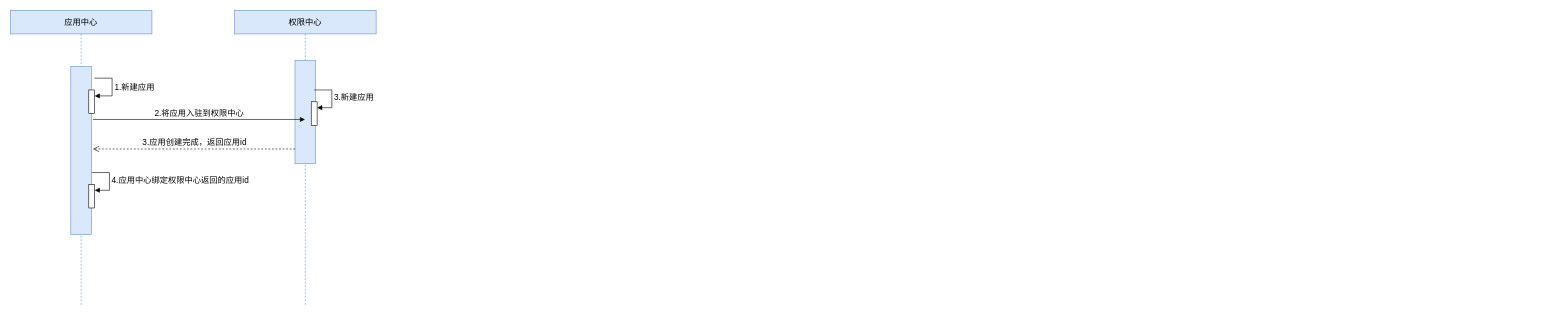
Above: 中台/用户中心/应用中心.drawio in gudujiujian11/diagram (draw.io), before the change. Source tidied: cells renumbered, new cells numbered last; positions are measured from the earlier drawing's top-left corner, leaving out a move shared by most shapes. Both pictures are drawn from the tidied source at 59%, with x=0, y=0 at pixel (10, 10).
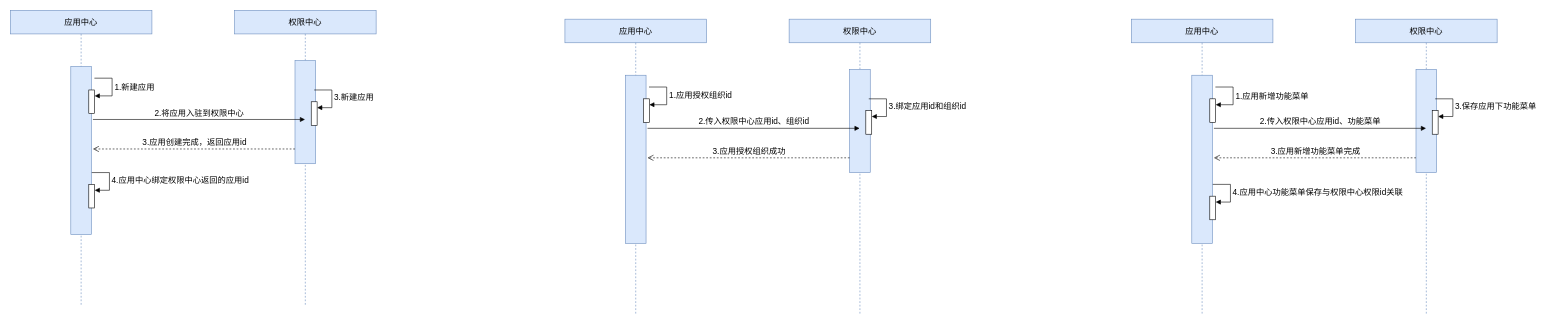
After the change.

Commit message (it also covers changes not shown here):
更新应用中心.drawio

Unchanged cells that the change refers to:
```xml
<mxCell id="8" value="权限中心" style="shape=umlLifeline;perimeter=lifelinePerimeter;whiteSpace=wrap;html=1;outlineConnect=0;portConstraint=eastwest;newEdgeStyle={&quot;edgeStyle&quot;:&quot;elbowEdgeStyle&quot;,&quot;elbow&quot;:&quot;vertical&quot;,&quot;curved&quot;:0,&quot;rounded&quot;:0};fillColor=#dae8fc;strokeColor=#6c8ebf;fontSize=14;" parent="1" vertex="1">
  <mxGeometry x="380" width="240" height="500" as="geometry" />
</mxCell>
<mxCell id="10" style="html=1;points=[];perimeter=orthogonalPerimeter;outlineConnect=0;targetShapes=umlLifeline;portConstraint=eastwest;newEdgeStyle={&quot;edgeStyle&quot;:&quot;elbowEdgeStyle&quot;,&quot;elbow&quot;:&quot;vertical&quot;,&quot;curved&quot;:0,&quot;rounded&quot;:0};fontSize=14;" parent="8" vertex="1">
  <mxGeometry x="130" y="155" width="10" height="40" as="geometry" />
</mxCell>
```

The edit, as a diff of the source:
```diff
@@
     <mxCell id="11" value="3.新建应用" style="html=1;align=left;spacingLeft=2;endArrow=block;rounded=0;edgeStyle=orthogonalEdgeStyle;curved=0;rounded=0;fontSize=14;" parent="8" edge="1" target="10">
-      <mxGeometry relative="1" as="geometry">
+      <mxGeometry x="-0.01" relative="1" as="geometry">
         <mxPoint x="135" y="135" as="sourcePoint" />
         <Array as="points">
           <mxPoint x="165" y="165" />
         </Array>
       </mxGeometry>
     </mxCell>
@@
+    <mxCell id="14" value="应用中心" style="shape=umlLifeline;perimeter=lifelinePerimeter;whiteSpace=wrap;html=1;newEdgeStyle={&quot;edgeStyle&quot;:&quot;elbowEdgeStyle&quot;,&quot;elbow&quot;:&quot;vertical&quot;,&quot;curved&quot;:0,&quot;rounded&quot;:0};fillColor=#dae8fc;strokeColor=#6c8ebf;fontSize=14;" parent="1" vertex="1">
+      <mxGeometry x="940" y="15" width="240" height="500" as="geometry" />
+    </mxCell>
+    <mxCell id="15" style="html=1;perimeter=orthogonalPerimeter;targetShapes=umlLifeline;newEdgeStyle={&quot;edgeStyle&quot;:&quot;elbowEdgeStyle&quot;,&quot;elbow&quot;:&quot;vertical&quot;,&quot;curved&quot;:0,&quot;rounded&quot;:0};fillColor=#dae8fc;strokeColor=#6c8ebf;fontSize=14;" parent="14" vertex="1">
+      <mxGeometry x="102.5" y="95" width="35" height="285" as="geometry" />
+    </mxCell>
+    <mxCell id="16" style="html=1;points=[];perimeter=orthogonalPerimeter;outlineConnect=0;targetShapes=umlLifeline;portConstraint=eastwest;newEdgeStyle={&quot;edgeStyle&quot;:&quot;elbowEdgeStyle&quot;,&quot;elbow&quot;:&quot;vertical&quot;,&quot;curved&quot;:0,&quot;rounded&quot;:0};fontSize=14;" parent="14" vertex="1">
+      <mxGeometry x="133" y="135" width="10" height="40" as="geometry" />
+    </mxCell>
+    <mxCell id="17" value="1.应用授权组织id" style="html=1;align=left;spacingLeft=2;endArrow=block;rounded=0;edgeStyle=orthogonalEdgeStyle;curved=0;rounded=0;fontSize=14;" parent="14" edge="1" target="16">
+      <mxGeometry x="-0.01" relative="1" as="geometry">
+        <mxPoint x="142.5" y="115" as="sourcePoint" />
+        <Array as="points">
+          <mxPoint x="172.5" y="145" />
+        </Array>
+      </mxGeometry>
+    </mxCell>
+    <mxCell id="18" value="权限中心" style="shape=umlLifeline;perimeter=lifelinePerimeter;whiteSpace=wrap;html=1;outlineConnect=0;portConstraint=eastwest;newEdgeStyle={&quot;edgeStyle&quot;:&quot;elbowEdgeStyle&quot;,&quot;elbow&quot;:&quot;vertical&quot;,&quot;curved&quot;:0,&quot;rounded&quot;:0};fillColor=#dae8fc;strokeColor=#6c8ebf;fontSize=14;" parent="1" vertex="1">
+      <mxGeometry x="1320" y="15" width="240" height="500" as="geometry" />
+    </mxCell>
+    <mxCell id="19" style="html=1;points=[];perimeter=orthogonalPerimeter;outlineConnect=0;targetShapes=umlLifeline;portConstraint=eastwest;newEdgeStyle={&quot;edgeStyle&quot;:&quot;elbowEdgeStyle&quot;,&quot;elbow&quot;:&quot;vertical&quot;,&quot;curved&quot;:0,&quot;rounded&quot;:0};fillColor=#dae8fc;strokeColor=#6c8ebf;fontSize=14;" parent="18" vertex="1">
+      <mxGeometry x="102.5" y="85" width="35" height="175" as="geometry" />
+    </mxCell>
+    <mxCell id="20" style="html=1;points=[];perimeter=orthogonalPerimeter;outlineConnect=0;targetShapes=umlLifeline;portConstraint=eastwest;newEdgeStyle={&quot;edgeStyle&quot;:&quot;elbowEdgeStyle&quot;,&quot;elbow&quot;:&quot;vertical&quot;,&quot;curved&quot;:0,&quot;rounded&quot;:0};fontSize=14;" parent="18" vertex="1">
+      <mxGeometry x="130" y="155" width="10" height="40" as="geometry" />
+    </mxCell>
+    <mxCell id="21" value="3.绑定应用id和组织id" style="html=1;align=left;spacingLeft=2;endArrow=block;rounded=0;edgeStyle=orthogonalEdgeStyle;curved=0;rounded=0;fontSize=14;" parent="18" edge="1" target="20">
+      <mxGeometry x="-0.01" relative="1" as="geometry">
+        <mxPoint x="135" y="135" as="sourcePoint" />
+        <Array as="points">
+          <mxPoint x="165" y="165" />
+        </Array>
+      </mxGeometry>
+    </mxCell>
+    <mxCell id="22" value="2.传入权限中心应用id、组织id" style="html=1;verticalAlign=bottom;endArrow=block;edgeStyle=elbowEdgeStyle;elbow=vertical;curved=0;rounded=0;fontSize=14;" parent="1" edge="1" target="18">
+      <mxGeometry relative="1" as="geometry">
+        <mxPoint x="1080" y="200" as="sourcePoint" />
+      </mxGeometry>
+    </mxCell>
+    <mxCell id="23" value="3.应用授权组织成功" style="html=1;verticalAlign=bottom;endArrow=open;dashed=1;endSize=8;edgeStyle=elbowEdgeStyle;elbow=vertical;curved=0;rounded=0;fontSize=14;" parent="1" edge="1" source="19">
+      <mxGeometry relative="1" as="geometry">
+        <mxPoint x="1080" y="250" as="targetPoint" />
+      </mxGeometry>
+    </mxCell>
+    <mxCell id="24" value="应用中心" style="shape=umlLifeline;perimeter=lifelinePerimeter;whiteSpace=wrap;html=1;newEdgeStyle={&quot;edgeStyle&quot;:&quot;elbowEdgeStyle&quot;,&quot;elbow&quot;:&quot;vertical&quot;,&quot;curved&quot;:0,&quot;rounded&quot;:0};fillColor=#dae8fc;strokeColor=#6c8ebf;fontSize=14;" parent="1" vertex="1">
+      <mxGeometry x="1900" y="15" width="240" height="500" as="geometry" />
+    </mxCell>
+    <mxCell id="25" style="html=1;perimeter=orthogonalPerimeter;targetShapes=umlLifeline;newEdgeStyle={&quot;edgeStyle&quot;:&quot;elbowEdgeStyle&quot;,&quot;elbow&quot;:&quot;vertical&quot;,&quot;curved&quot;:0,&quot;rounded&quot;:0};fillColor=#dae8fc;strokeColor=#6c8ebf;fontSize=14;" parent="24" vertex="1">
+      <mxGeometry x="102.5" y="95" width="35" height="285" as="geometry" />
+    </mxCell>
+    <mxCell id="26" style="html=1;points=[];perimeter=orthogonalPerimeter;outlineConnect=0;targetShapes=umlLifeline;portConstraint=eastwest;newEdgeStyle={&quot;edgeStyle&quot;:&quot;elbowEdgeStyle&quot;,&quot;elbow&quot;:&quot;vertical&quot;,&quot;curved&quot;:0,&quot;rounded&quot;:0};fontSize=14;" parent="24" vertex="1">
+      <mxGeometry x="133" y="135" width="10" height="40" as="geometry" />
+    </mxCell>
+    <mxCell id="27" value="1.应用新增功能菜单" style="html=1;align=left;spacingLeft=2;endArrow=block;rounded=0;edgeStyle=orthogonalEdgeStyle;curved=0;rounded=0;fontSize=14;" parent="24" edge="1" target="26">
+      <mxGeometry relative="1" as="geometry">
+        <mxPoint x="142.5" y="115" as="sourcePoint" />
+        <Array as="points">
+          <mxPoint x="172.5" y="145" />
+        </Array>
+      </mxGeometry>
+    </mxCell>
+    <mxCell id="28" style="html=1;points=[];perimeter=orthogonalPerimeter;outlineConnect=0;targetShapes=umlLifeline;portConstraint=eastwest;newEdgeStyle={&quot;edgeStyle&quot;:&quot;elbowEdgeStyle&quot;,&quot;elbow&quot;:&quot;vertical&quot;,&quot;curved&quot;:0,&quot;rounded&quot;:0};" parent="24" vertex="1">
+      <mxGeometry x="133" y="300" width="10" height="40" as="geometry" />
+    </mxCell>
+    <mxCell id="29" value="&lt;font style=&quot;font-size: 14px;&quot;&gt;4.应用中心功能菜单保存与权限中心权限id关联&lt;/font&gt;" style="html=1;align=left;spacingLeft=2;endArrow=block;rounded=0;edgeStyle=orthogonalEdgeStyle;curved=0;rounded=0;" parent="24" edge="1" target="28">
+      <mxGeometry relative="1" as="geometry">
+        <mxPoint x="138" y="280" as="sourcePoint" />
+        <Array as="points">
+          <mxPoint x="168" y="310" />
+        </Array>
+      </mxGeometry>
+    </mxCell>
+    <mxCell id="30" value="权限中心" style="shape=umlLifeline;perimeter=lifelinePerimeter;whiteSpace=wrap;html=1;outlineConnect=0;portConstraint=eastwest;newEdgeStyle={&quot;edgeStyle&quot;:&quot;elbowEdgeStyle&quot;,&quot;elbow&quot;:&quot;vertical&quot;,&quot;curved&quot;:0,&quot;rounded&quot;:0};fillColor=#dae8fc;strokeColor=#6c8ebf;fontSize=14;" parent="1" vertex="1">
+      <mxGeometry x="2280" y="15" width="240" height="500" as="geometry" />
+    </mxCell>
+    <mxCell id="31" style="html=1;points=[];perimeter=orthogonalPerimeter;outlineConnect=0;targetShapes=umlLifeline;portConstraint=eastwest;newEdgeStyle={&quot;edgeStyle&quot;:&quot;elbowEdgeStyle&quot;,&quot;elbow&quot;:&quot;vertical&quot;,&quot;curved&quot;:0,&quot;rounded&quot;:0};fillColor=#dae8fc;strokeColor=#6c8ebf;fontSize=14;" parent="30" vertex="1">
+      <mxGeometry x="102.5" y="85" width="35" height="175" as="geometry" />
+    </mxCell>
+    <mxCell id="32" style="html=1;points=[];perimeter=orthogonalPerimeter;outlineConnect=0;targetShapes=umlLifeline;portConstraint=eastwest;newEdgeStyle={&quot;edgeStyle&quot;:&quot;elbowEdgeStyle&quot;,&quot;elbow&quot;:&quot;vertical&quot;,&quot;curved&quot;:0,&quot;rounded&quot;:0};fontSize=14;" parent="30" vertex="1">
+      <mxGeometry x="130" y="155" width="10" height="40" as="geometry" />
+    </mxCell>
+    <mxCell id="33" value="3.保存应用下功能菜单" style="html=1;align=left;spacingLeft=2;endArrow=block;rounded=0;edgeStyle=orthogonalEdgeStyle;curved=0;rounded=0;fontSize=14;" parent="30" edge="1" target="32">
+      <mxGeometry x="-0.01" relative="1" as="geometry">
+        <mxPoint x="135" y="135" as="sourcePoint" />
+        <Array as="points">
+          <mxPoint x="165" y="165" />
+        </Array>
+      </mxGeometry>
+    </mxCell>
+    <mxCell id="34" value="2.传入权限中心应用id、功能菜单" style="html=1;verticalAlign=bottom;endArrow=block;edgeStyle=elbowEdgeStyle;elbow=vertical;curved=0;rounded=0;fontSize=14;" parent="1" edge="1" target="30">
+      <mxGeometry relative="1" as="geometry">
+        <mxPoint x="2040" y="200" as="sourcePoint" />
+      </mxGeometry>
+    </mxCell>
+    <mxCell id="35" value="3.应用新增功能菜单完成" style="html=1;verticalAlign=bottom;endArrow=open;dashed=1;endSize=8;edgeStyle=elbowEdgeStyle;elbow=vertical;curved=0;rounded=0;fontSize=14;" parent="1" edge="1" source="31">
+      <mxGeometry relative="1" as="geometry">
+        <mxPoint x="2040" y="250" as="targetPoint" />
+      </mxGeometry>
+    </mxCell>
```
